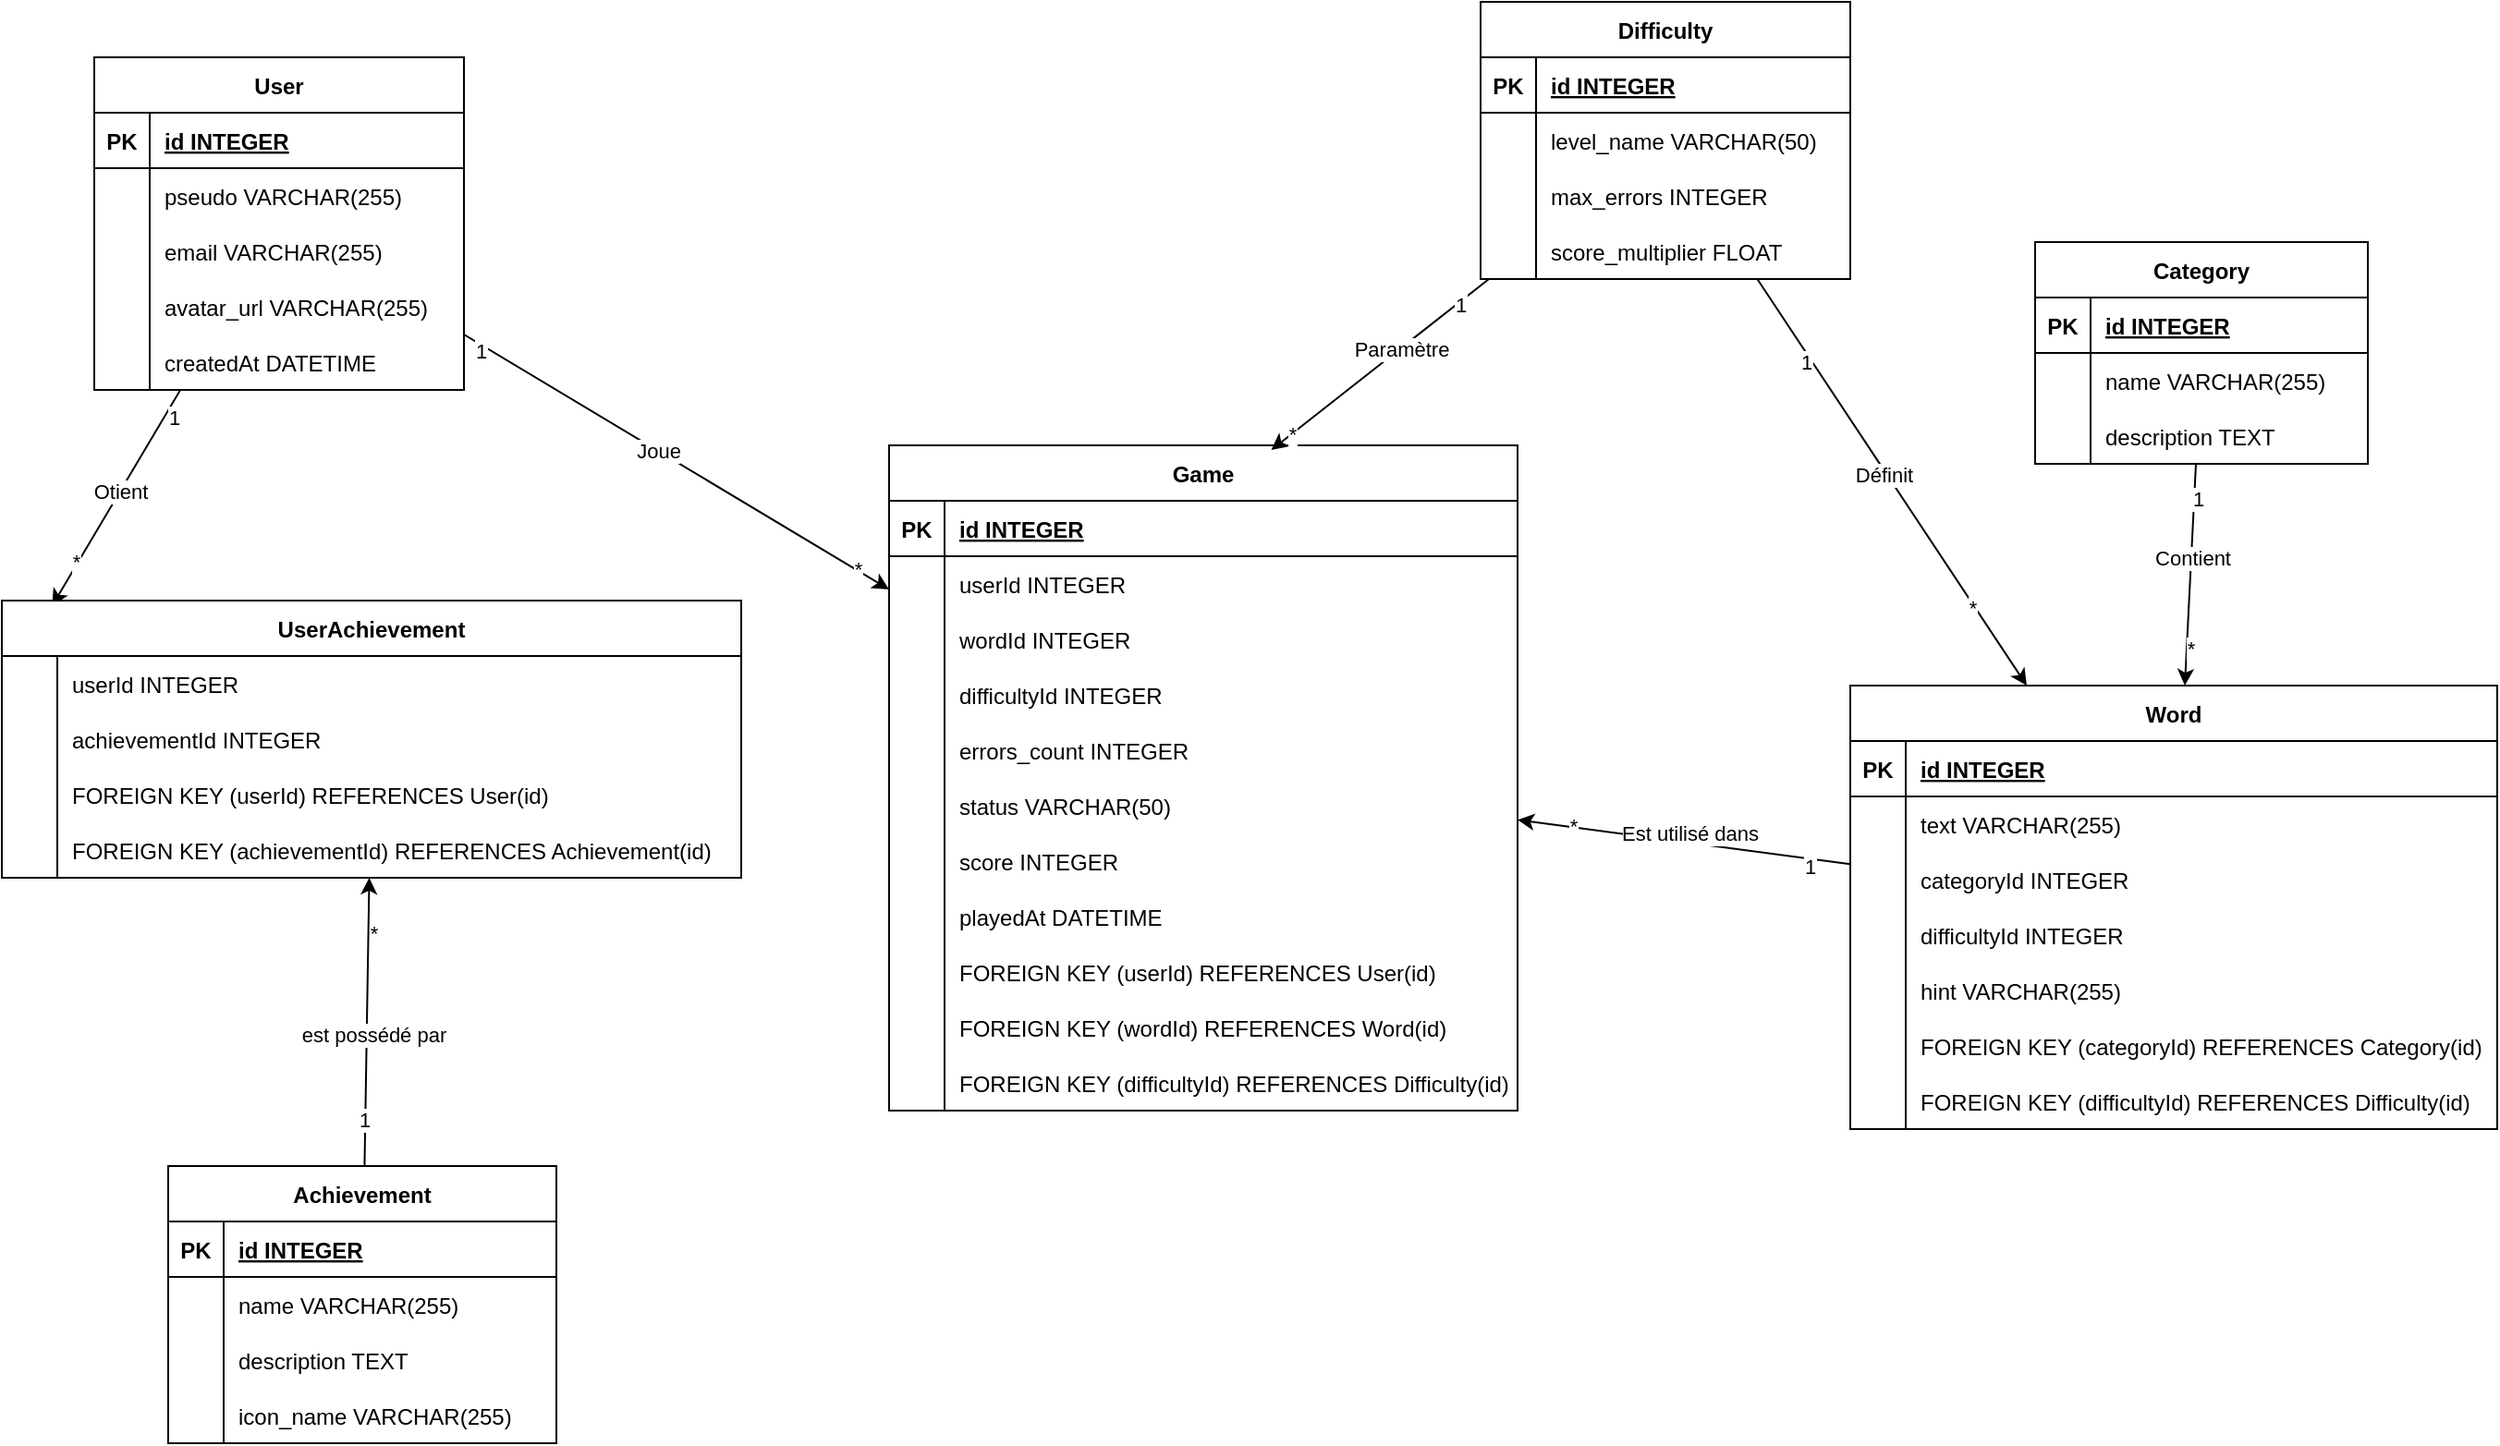
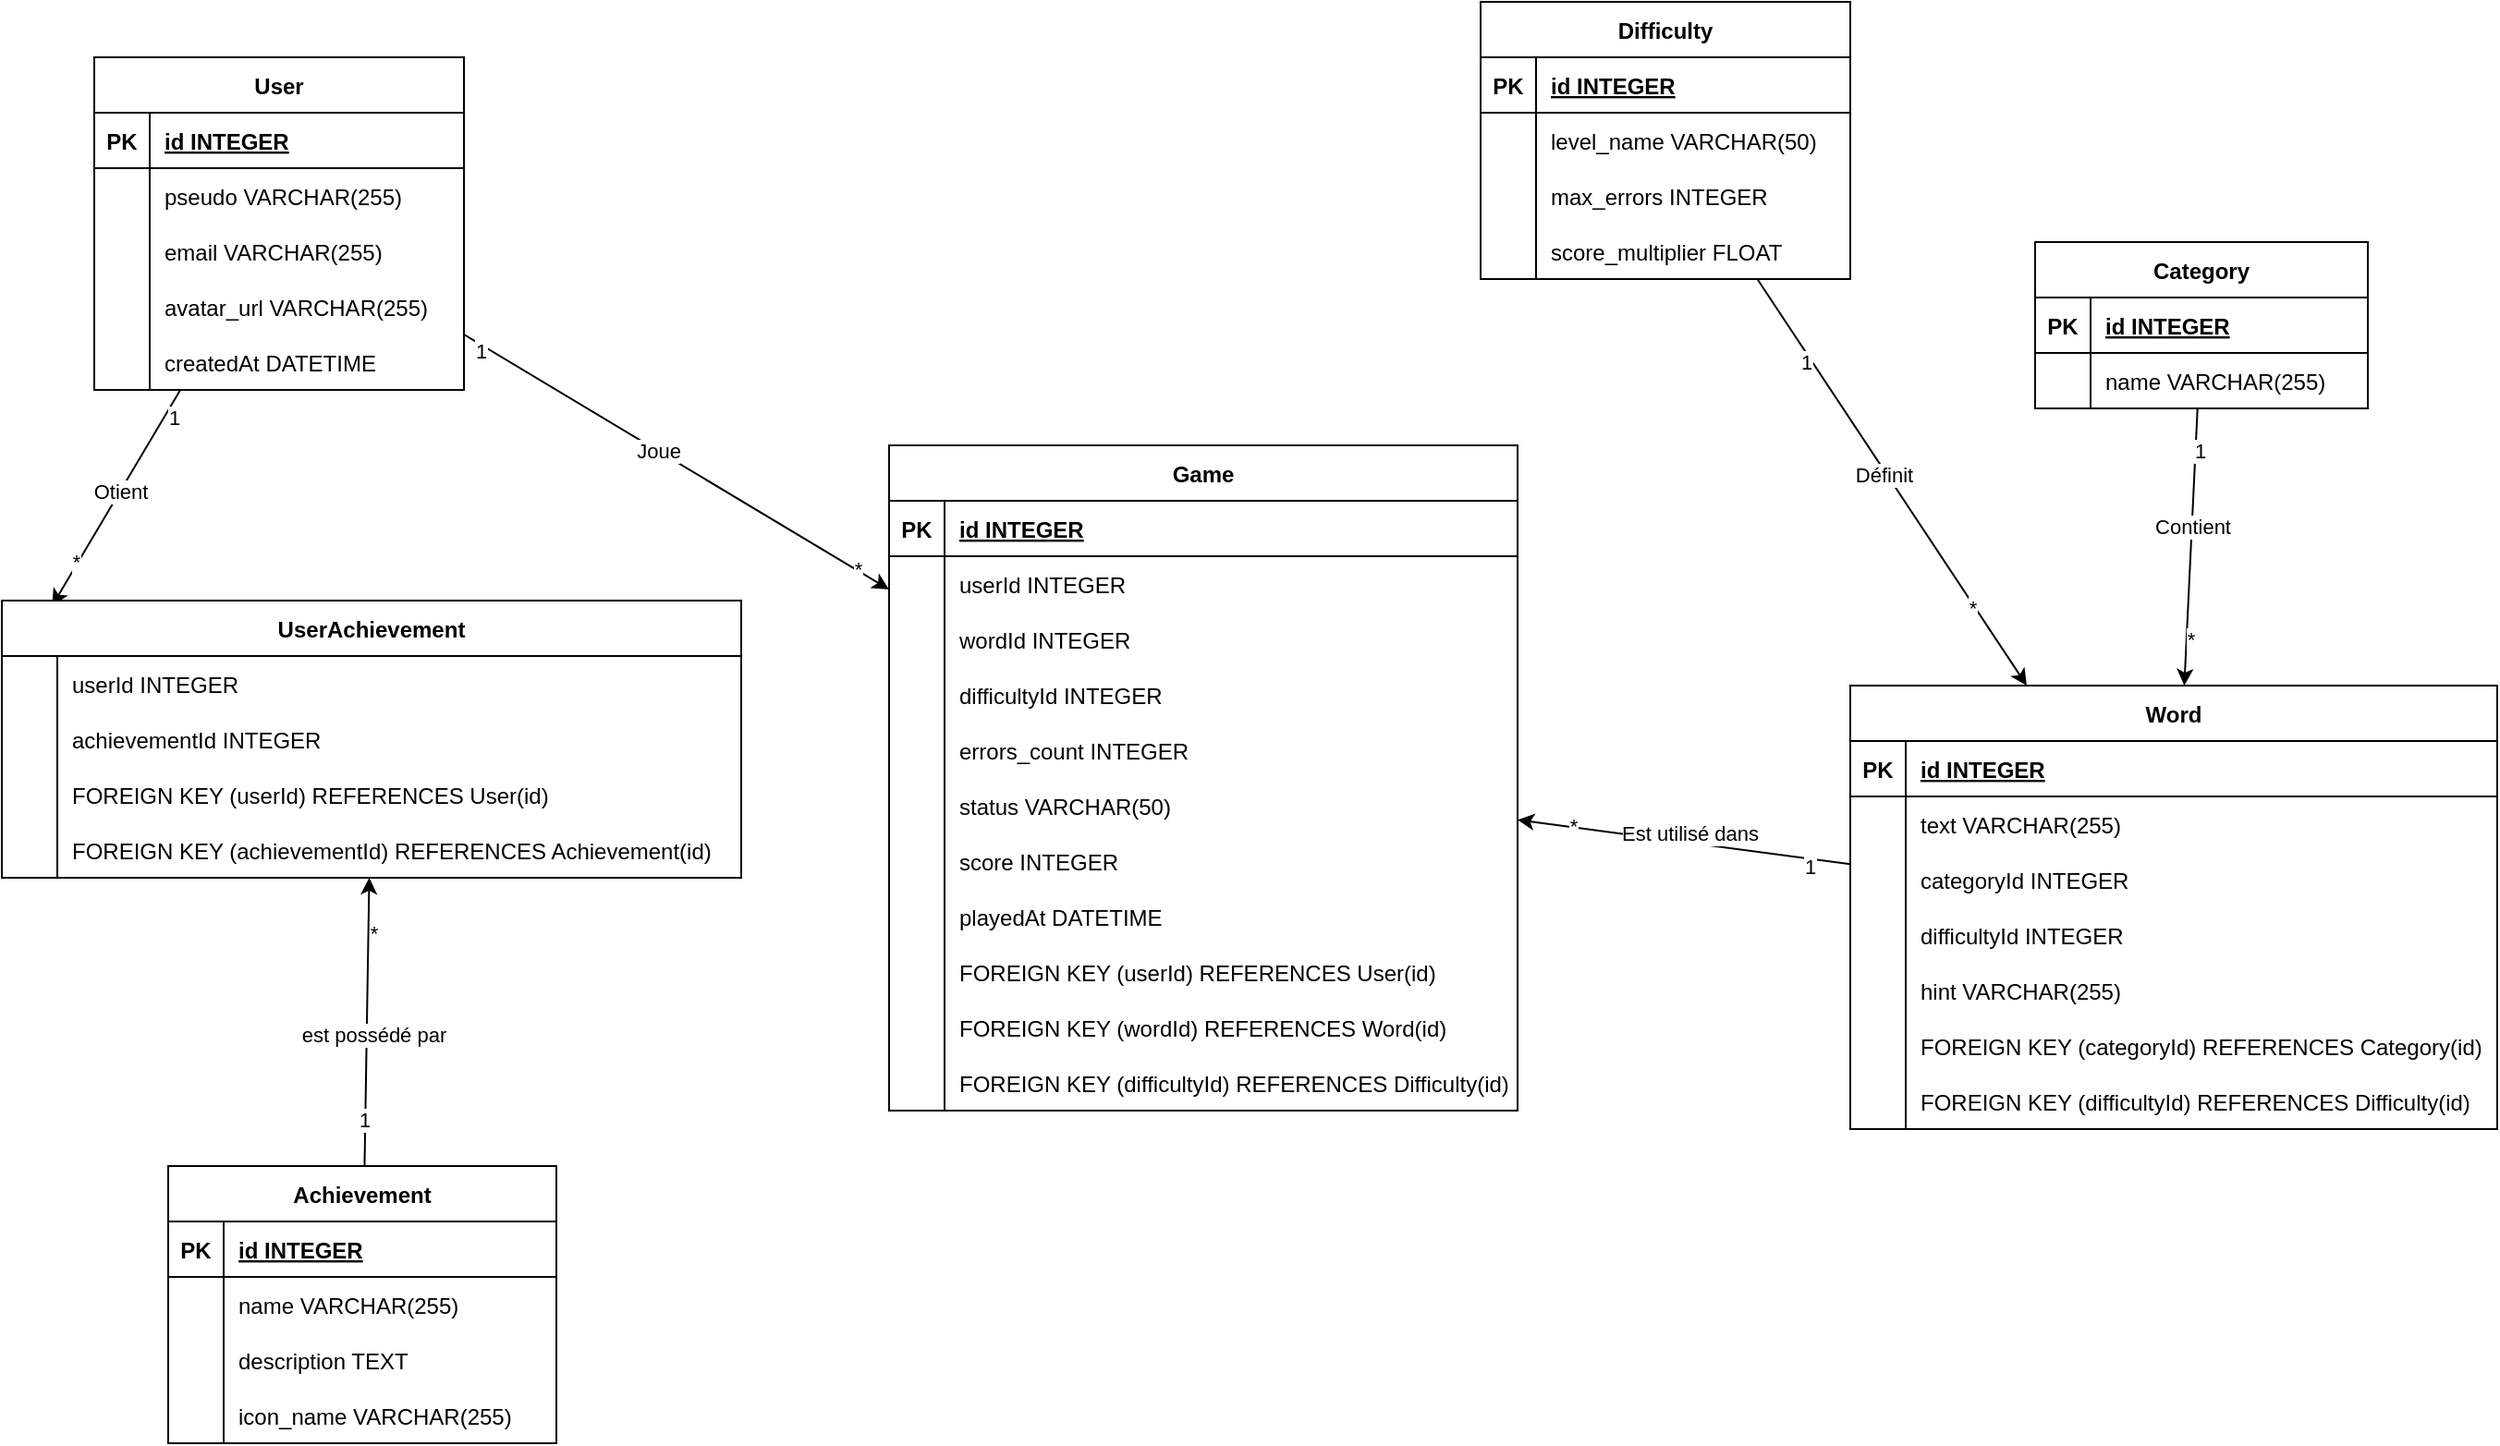
<mxfile host="65bd71144e">
    <diagram id="pQws5uVzAqau2fWDFqPR" name="Page-1">
-         <mxGraphModel dx="2500" dy="451" grid="1" gridSize="10" guides="1" tooltips="1" connect="1" arrows="1" fold="1" page="1" pageScale="1" pageWidth="827" pageHeight="1169" math="0" shadow="0">
+         <mxGraphModel dx="2800" dy="647" grid="1" gridSize="10" guides="1" tooltips="1" connect="1" arrows="1" fold="1" page="1" pageScale="1" pageWidth="827" pageHeight="1169" math="0" shadow="0">
            <root>
                <mxCell id="0"/>
                <mxCell id="1" parent="0"/>
                <mxCell id="133" style="edgeStyle=none;html=1;entryX=0.068;entryY=0.019;entryDx=0;entryDy=0;entryPerimeter=0;" parent="1" source="3" target="111" edge="1">
                    <mxGeometry relative="1" as="geometry"/>
                </mxCell>
                <mxCell id="135" value="Otient" style="edgeLabel;html=1;align=center;verticalAlign=middle;resizable=0;points=[];" parent="133" vertex="1" connectable="0">
                    <mxGeometry x="-0.0629" relative="1" as="geometry">
                        <mxPoint as="offset"/>
                    </mxGeometry>
                </mxCell>
                <mxCell id="161" value="1" style="edgeLabel;html=1;align=center;verticalAlign=middle;resizable=0;points=[];" parent="133" vertex="1" connectable="0">
                    <mxGeometry x="-0.786" y="4" relative="1" as="geometry">
                        <mxPoint as="offset"/>
                    </mxGeometry>
                </mxCell>
                <mxCell id="162" value="*" style="edgeLabel;html=1;align=center;verticalAlign=middle;resizable=0;points=[];" parent="133" vertex="1" connectable="0">
                    <mxGeometry x="0.6045" y="-1" relative="1" as="geometry">
                        <mxPoint as="offset"/>
                    </mxGeometry>
                </mxCell>
                <mxCell id="139" style="edgeStyle=none;html=1;" parent="1" source="3" target="64" edge="1">
                    <mxGeometry relative="1" as="geometry"/>
                </mxCell>
                <mxCell id="140" value="Joue" style="edgeLabel;html=1;align=center;verticalAlign=middle;resizable=0;points=[];" parent="139" vertex="1" connectable="0">
                    <mxGeometry x="-0.0901" relative="1" as="geometry">
                        <mxPoint as="offset"/>
                    </mxGeometry>
                </mxCell>
                <mxCell id="141" value="1" style="edgeLabel;html=1;align=center;verticalAlign=middle;resizable=0;points=[];" parent="139" vertex="1" connectable="0">
                    <mxGeometry x="-0.9076" y="-3" relative="1" as="geometry">
                        <mxPoint as="offset"/>
                    </mxGeometry>
                </mxCell>
                <mxCell id="142" value="&lt;div&gt;*&lt;/div&gt;" style="edgeLabel;html=1;align=center;verticalAlign=middle;resizable=0;points=[];" parent="139" vertex="1" connectable="0">
                    <mxGeometry x="0.8397" relative="1" as="geometry">
                        <mxPoint x="1" as="offset"/>
                    </mxGeometry>
                </mxCell>
                <mxCell id="3" value="User" style="shape=table;startSize=30;container=1;collapsible=1;childLayout=tableLayout;fixedRows=1;rowLines=0;fontStyle=1;align=center;resizeLast=1;" parent="1" vertex="1">
                    <mxGeometry x="-1490" y="130" width="200" height="180" as="geometry"/>
                </mxCell>
                <mxCell id="4" value="" style="shape=tableRow;horizontal=0;startSize=0;swimlaneHead=0;swimlaneBody=0;fillColor=none;collapsible=0;dropTarget=0;points=[[0,0.5],[1,0.5]];portConstraint=eastwest;strokeColor=inherit;top=0;left=0;right=0;bottom=1;" parent="3" vertex="1">
                    <mxGeometry y="30" width="200" height="30" as="geometry"/>
                </mxCell>
                <mxCell id="5" value="PK" style="shape=partialRectangle;overflow=hidden;connectable=0;fillColor=none;strokeColor=inherit;top=0;left=0;bottom=0;right=0;fontStyle=1;" parent="4" vertex="1">
                    <mxGeometry width="30" height="30" as="geometry">
                        <mxRectangle width="30" height="30" as="alternateBounds"/>
                    </mxGeometry>
                </mxCell>
                <mxCell id="6" value="id INTEGER " style="shape=partialRectangle;overflow=hidden;connectable=0;fillColor=none;align=left;strokeColor=inherit;top=0;left=0;bottom=0;right=0;spacingLeft=6;fontStyle=5;" parent="4" vertex="1">
                    <mxGeometry x="30" width="170" height="30" as="geometry">
                        <mxRectangle width="170" height="30" as="alternateBounds"/>
                    </mxGeometry>
                </mxCell>
                <mxCell id="7" value="" style="shape=tableRow;horizontal=0;startSize=0;swimlaneHead=0;swimlaneBody=0;fillColor=none;collapsible=0;dropTarget=0;points=[[0,0.5],[1,0.5]];portConstraint=eastwest;strokeColor=inherit;top=0;left=0;right=0;bottom=0;" parent="3" vertex="1">
                    <mxGeometry y="60" width="200" height="30" as="geometry"/>
                </mxCell>
                <mxCell id="8" value="" style="shape=partialRectangle;overflow=hidden;connectable=0;fillColor=none;strokeColor=inherit;top=0;left=0;bottom=0;right=0;" parent="7" vertex="1">
                    <mxGeometry width="30" height="30" as="geometry">
                        <mxRectangle width="30" height="30" as="alternateBounds"/>
                    </mxGeometry>
                </mxCell>
                <mxCell id="9" value="pseudo VARCHAR(255)" style="shape=partialRectangle;overflow=hidden;connectable=0;fillColor=none;align=left;strokeColor=inherit;top=0;left=0;bottom=0;right=0;spacingLeft=6;" parent="7" vertex="1">
                    <mxGeometry x="30" width="170" height="30" as="geometry">
                        <mxRectangle width="170" height="30" as="alternateBounds"/>
                    </mxGeometry>
                </mxCell>
                <mxCell id="10" value="" style="shape=tableRow;horizontal=0;startSize=0;swimlaneHead=0;swimlaneBody=0;fillColor=none;collapsible=0;dropTarget=0;points=[[0,0.5],[1,0.5]];portConstraint=eastwest;strokeColor=inherit;top=0;left=0;right=0;bottom=0;" parent="3" vertex="1">
                    <mxGeometry y="90" width="200" height="30" as="geometry"/>
                </mxCell>
                <mxCell id="11" value="" style="shape=partialRectangle;overflow=hidden;connectable=0;fillColor=none;strokeColor=inherit;top=0;left=0;bottom=0;right=0;" parent="10" vertex="1">
                    <mxGeometry width="30" height="30" as="geometry">
                        <mxRectangle width="30" height="30" as="alternateBounds"/>
                    </mxGeometry>
                </mxCell>
                <mxCell id="12" value="email VARCHAR(255)" style="shape=partialRectangle;overflow=hidden;connectable=0;fillColor=none;align=left;strokeColor=inherit;top=0;left=0;bottom=0;right=0;spacingLeft=6;" parent="10" vertex="1">
                    <mxGeometry x="30" width="170" height="30" as="geometry">
                        <mxRectangle width="170" height="30" as="alternateBounds"/>
                    </mxGeometry>
                </mxCell>
                <mxCell id="13" value="" style="shape=tableRow;horizontal=0;startSize=0;swimlaneHead=0;swimlaneBody=0;fillColor=none;collapsible=0;dropTarget=0;points=[[0,0.5],[1,0.5]];portConstraint=eastwest;strokeColor=inherit;top=0;left=0;right=0;bottom=0;" parent="3" vertex="1">
                    <mxGeometry y="120" width="200" height="30" as="geometry"/>
                </mxCell>
                <mxCell id="14" value="" style="shape=partialRectangle;overflow=hidden;connectable=0;fillColor=none;strokeColor=inherit;top=0;left=0;bottom=0;right=0;" parent="13" vertex="1">
                    <mxGeometry width="30" height="30" as="geometry">
                        <mxRectangle width="30" height="30" as="alternateBounds"/>
                    </mxGeometry>
                </mxCell>
                <mxCell id="15" value="avatar_url VARCHAR(255)" style="shape=partialRectangle;overflow=hidden;connectable=0;fillColor=none;align=left;strokeColor=inherit;top=0;left=0;bottom=0;right=0;spacingLeft=6;" parent="13" vertex="1">
                    <mxGeometry x="30" width="170" height="30" as="geometry">
                        <mxRectangle width="170" height="30" as="alternateBounds"/>
                    </mxGeometry>
                </mxCell>
                <mxCell id="16" value="" style="shape=tableRow;horizontal=0;startSize=0;swimlaneHead=0;swimlaneBody=0;fillColor=none;collapsible=0;dropTarget=0;points=[[0,0.5],[1,0.5]];portConstraint=eastwest;strokeColor=inherit;top=0;left=0;right=0;bottom=0;" parent="3" vertex="1">
                    <mxGeometry y="150" width="200" height="30" as="geometry"/>
                </mxCell>
                <mxCell id="17" value="" style="shape=partialRectangle;overflow=hidden;connectable=0;fillColor=none;strokeColor=inherit;top=0;left=0;bottom=0;right=0;" parent="16" vertex="1">
                    <mxGeometry width="30" height="30" as="geometry">
                        <mxRectangle width="30" height="30" as="alternateBounds"/>
                    </mxGeometry>
                </mxCell>
                <mxCell id="18" value="createdAt DATETIME" style="shape=partialRectangle;overflow=hidden;connectable=0;fillColor=none;align=left;strokeColor=inherit;top=0;left=0;bottom=0;right=0;spacingLeft=6;" parent="16" vertex="1">
                    <mxGeometry x="30" width="170" height="30" as="geometry">
                        <mxRectangle width="170" height="30" as="alternateBounds"/>
                    </mxGeometry>
                </mxCell>
                <mxCell id="143" style="edgeStyle=none;html=1;" parent="1" source="19" target="42" edge="1">
                    <mxGeometry relative="1" as="geometry"/>
                </mxCell>
                <mxCell id="144" value="Contient" style="edgeLabel;html=1;align=center;verticalAlign=middle;resizable=0;points=[];" parent="143" vertex="1" connectable="0">
                    <mxGeometry x="-0.1702" relative="1" as="geometry">
                        <mxPoint y="1" as="offset"/>
                    </mxGeometry>
                </mxCell>
                <mxCell id="145" value="1" style="edgeLabel;html=1;align=center;verticalAlign=middle;resizable=0;points=[];" parent="143" vertex="1" connectable="0">
                    <mxGeometry x="-0.691" y="2" relative="1" as="geometry">
                        <mxPoint as="offset"/>
                    </mxGeometry>
                </mxCell>
                <mxCell id="146" value="*" style="edgeLabel;html=1;align=center;verticalAlign=middle;resizable=0;points=[];" parent="143" vertex="1" connectable="0">
                    <mxGeometry x="0.6505" y="2" relative="1" as="geometry">
                        <mxPoint y="1" as="offset"/>
                    </mxGeometry>
                </mxCell>
                <mxCell id="19" value="Category" style="shape=table;startSize=30;container=1;collapsible=1;childLayout=tableLayout;fixedRows=1;rowLines=0;fontStyle=1;align=center;resizeLast=1;" parent="1" vertex="1">
-                     <mxGeometry x="-440" y="230" width="180" height="120" as="geometry"/>
+                     <mxGeometry x="-440" y="230" width="180" height="90" as="geometry"/>
                </mxCell>
                <mxCell id="20" value="" style="shape=tableRow;horizontal=0;startSize=0;swimlaneHead=0;swimlaneBody=0;fillColor=none;collapsible=0;dropTarget=0;points=[[0,0.5],[1,0.5]];portConstraint=eastwest;strokeColor=inherit;top=0;left=0;right=0;bottom=1;" parent="19" vertex="1">
                    <mxGeometry y="30" width="180" height="30" as="geometry"/>
                </mxCell>
                <mxCell id="21" value="PK" style="shape=partialRectangle;overflow=hidden;connectable=0;fillColor=none;strokeColor=inherit;top=0;left=0;bottom=0;right=0;fontStyle=1;" parent="20" vertex="1">
                    <mxGeometry width="30" height="30" as="geometry">
                        <mxRectangle width="30" height="30" as="alternateBounds"/>
                    </mxGeometry>
                </mxCell>
                <mxCell id="22" value="id INTEGER " style="shape=partialRectangle;overflow=hidden;connectable=0;fillColor=none;align=left;strokeColor=inherit;top=0;left=0;bottom=0;right=0;spacingLeft=6;fontStyle=5;" parent="20" vertex="1">
                    <mxGeometry x="30" width="150" height="30" as="geometry">
                        <mxRectangle width="150" height="30" as="alternateBounds"/>
                    </mxGeometry>
                </mxCell>
                <mxCell id="23" value="" style="shape=tableRow;horizontal=0;startSize=0;swimlaneHead=0;swimlaneBody=0;fillColor=none;collapsible=0;dropTarget=0;points=[[0,0.5],[1,0.5]];portConstraint=eastwest;strokeColor=inherit;top=0;left=0;right=0;bottom=0;" parent="19" vertex="1">
                    <mxGeometry y="60" width="180" height="30" as="geometry"/>
                </mxCell>
                <mxCell id="24" value="" style="shape=partialRectangle;overflow=hidden;connectable=0;fillColor=none;strokeColor=inherit;top=0;left=0;bottom=0;right=0;" parent="23" vertex="1">
                    <mxGeometry width="30" height="30" as="geometry">
                        <mxRectangle width="30" height="30" as="alternateBounds"/>
                    </mxGeometry>
                </mxCell>
                <mxCell id="25" value="name VARCHAR(255)" style="shape=partialRectangle;overflow=hidden;connectable=0;fillColor=none;align=left;strokeColor=inherit;top=0;left=0;bottom=0;right=0;spacingLeft=6;" parent="23" vertex="1">
                    <mxGeometry x="30" width="150" height="30" as="geometry">
                        <mxRectangle width="150" height="30" as="alternateBounds"/>
                    </mxGeometry>
                </mxCell>
-                 <mxCell id="26" value="" style="shape=tableRow;horizontal=0;startSize=0;swimlaneHead=0;swimlaneBody=0;fillColor=none;collapsible=0;dropTarget=0;points=[[0,0.5],[1,0.5]];portConstraint=eastwest;strokeColor=inherit;top=0;left=0;right=0;bottom=0;" parent="19" vertex="1">
-                     <mxGeometry y="90" width="180" height="30" as="geometry"/>
-                 </mxCell>
-                 <mxCell id="27" value="" style="shape=partialRectangle;overflow=hidden;connectable=0;fillColor=none;strokeColor=inherit;top=0;left=0;bottom=0;right=0;" parent="26" vertex="1">
-                     <mxGeometry width="30" height="30" as="geometry">
-                         <mxRectangle width="30" height="30" as="alternateBounds"/>
-                     </mxGeometry>
-                 </mxCell>
-                 <mxCell id="28" value="description TEXT" style="shape=partialRectangle;overflow=hidden;connectable=0;fillColor=none;align=left;strokeColor=inherit;top=0;left=0;bottom=0;right=0;spacingLeft=6;" parent="26" vertex="1">
-                     <mxGeometry x="30" width="150" height="30" as="geometry">
-                         <mxRectangle width="150" height="30" as="alternateBounds"/>
-                     </mxGeometry>
-                 </mxCell>
                <mxCell id="147" style="edgeStyle=none;html=1;" parent="1" source="29" target="42" edge="1">
                    <mxGeometry relative="1" as="geometry"/>
                </mxCell>
                <mxCell id="148" value="Définit" style="edgeLabel;html=1;align=center;verticalAlign=middle;resizable=0;points=[];" parent="147" vertex="1" connectable="0">
                    <mxGeometry x="-0.0453" y="-2" relative="1" as="geometry">
                        <mxPoint as="offset"/>
                    </mxGeometry>
                </mxCell>
                <mxCell id="151" value="1" style="edgeLabel;html=1;align=center;verticalAlign=middle;resizable=0;points=[];" parent="147" vertex="1" connectable="0">
                    <mxGeometry x="-0.6078" y="-3" relative="1" as="geometry">
                        <mxPoint as="offset"/>
                    </mxGeometry>
                </mxCell>
                <mxCell id="152" value="*" style="edgeLabel;html=1;align=center;verticalAlign=middle;resizable=0;points=[];" parent="147" vertex="1" connectable="0">
                    <mxGeometry x="0.6115" y="-2" relative="1" as="geometry">
                        <mxPoint as="offset"/>
                    </mxGeometry>
                </mxCell>
                <mxCell id="29" value="Difficulty" style="shape=table;startSize=30;container=1;collapsible=1;childLayout=tableLayout;fixedRows=1;rowLines=0;fontStyle=1;align=center;resizeLast=1;" parent="1" vertex="1">
                    <mxGeometry x="-740" y="100" width="200" height="150" as="geometry"/>
                </mxCell>
                <mxCell id="30" value="" style="shape=tableRow;horizontal=0;startSize=0;swimlaneHead=0;swimlaneBody=0;fillColor=none;collapsible=0;dropTarget=0;points=[[0,0.5],[1,0.5]];portConstraint=eastwest;strokeColor=inherit;top=0;left=0;right=0;bottom=1;" parent="29" vertex="1">
                    <mxGeometry y="30" width="200" height="30" as="geometry"/>
                </mxCell>
                <mxCell id="31" value="PK" style="shape=partialRectangle;overflow=hidden;connectable=0;fillColor=none;strokeColor=inherit;top=0;left=0;bottom=0;right=0;fontStyle=1;" parent="30" vertex="1">
                    <mxGeometry width="30" height="30" as="geometry">
                        <mxRectangle width="30" height="30" as="alternateBounds"/>
                    </mxGeometry>
                </mxCell>
                <mxCell id="32" value="id INTEGER " style="shape=partialRectangle;overflow=hidden;connectable=0;fillColor=none;align=left;strokeColor=inherit;top=0;left=0;bottom=0;right=0;spacingLeft=6;fontStyle=5;" parent="30" vertex="1">
                    <mxGeometry x="30" width="170" height="30" as="geometry">
                        <mxRectangle width="170" height="30" as="alternateBounds"/>
                    </mxGeometry>
                </mxCell>
                <mxCell id="33" value="" style="shape=tableRow;horizontal=0;startSize=0;swimlaneHead=0;swimlaneBody=0;fillColor=none;collapsible=0;dropTarget=0;points=[[0,0.5],[1,0.5]];portConstraint=eastwest;strokeColor=inherit;top=0;left=0;right=0;bottom=0;" parent="29" vertex="1">
                    <mxGeometry y="60" width="200" height="30" as="geometry"/>
                </mxCell>
                <mxCell id="34" value="" style="shape=partialRectangle;overflow=hidden;connectable=0;fillColor=none;strokeColor=inherit;top=0;left=0;bottom=0;right=0;" parent="33" vertex="1">
                    <mxGeometry width="30" height="30" as="geometry">
                        <mxRectangle width="30" height="30" as="alternateBounds"/>
                    </mxGeometry>
                </mxCell>
                <mxCell id="35" value="level_name VARCHAR(50)" style="shape=partialRectangle;overflow=hidden;connectable=0;fillColor=none;align=left;strokeColor=inherit;top=0;left=0;bottom=0;right=0;spacingLeft=6;" parent="33" vertex="1">
                    <mxGeometry x="30" width="170" height="30" as="geometry">
                        <mxRectangle width="170" height="30" as="alternateBounds"/>
                    </mxGeometry>
                </mxCell>
                <mxCell id="36" value="" style="shape=tableRow;horizontal=0;startSize=0;swimlaneHead=0;swimlaneBody=0;fillColor=none;collapsible=0;dropTarget=0;points=[[0,0.5],[1,0.5]];portConstraint=eastwest;strokeColor=inherit;top=0;left=0;right=0;bottom=0;" parent="29" vertex="1">
                    <mxGeometry y="90" width="200" height="30" as="geometry"/>
                </mxCell>
                <mxCell id="37" value="" style="shape=partialRectangle;overflow=hidden;connectable=0;fillColor=none;strokeColor=inherit;top=0;left=0;bottom=0;right=0;" parent="36" vertex="1">
                    <mxGeometry width="30" height="30" as="geometry">
                        <mxRectangle width="30" height="30" as="alternateBounds"/>
                    </mxGeometry>
                </mxCell>
                <mxCell id="38" value="max_errors INTEGER" style="shape=partialRectangle;overflow=hidden;connectable=0;fillColor=none;align=left;strokeColor=inherit;top=0;left=0;bottom=0;right=0;spacingLeft=6;" parent="36" vertex="1">
                    <mxGeometry x="30" width="170" height="30" as="geometry">
                        <mxRectangle width="170" height="30" as="alternateBounds"/>
                    </mxGeometry>
                </mxCell>
                <mxCell id="39" value="" style="shape=tableRow;horizontal=0;startSize=0;swimlaneHead=0;swimlaneBody=0;fillColor=none;collapsible=0;dropTarget=0;points=[[0,0.5],[1,0.5]];portConstraint=eastwest;strokeColor=inherit;top=0;left=0;right=0;bottom=0;" parent="29" vertex="1">
                    <mxGeometry y="120" width="200" height="30" as="geometry"/>
                </mxCell>
                <mxCell id="40" value="" style="shape=partialRectangle;overflow=hidden;connectable=0;fillColor=none;strokeColor=inherit;top=0;left=0;bottom=0;right=0;" parent="39" vertex="1">
                    <mxGeometry width="30" height="30" as="geometry">
                        <mxRectangle width="30" height="30" as="alternateBounds"/>
                    </mxGeometry>
                </mxCell>
                <mxCell id="41" value="score_multiplier FLOAT" style="shape=partialRectangle;overflow=hidden;connectable=0;fillColor=none;align=left;strokeColor=inherit;top=0;left=0;bottom=0;right=0;spacingLeft=6;" parent="39" vertex="1">
                    <mxGeometry x="30" width="170" height="30" as="geometry">
                        <mxRectangle width="170" height="30" as="alternateBounds"/>
                    </mxGeometry>
                </mxCell>
                <mxCell id="155" style="edgeStyle=none;html=1;" parent="1" source="42" target="64" edge="1">
                    <mxGeometry relative="1" as="geometry"/>
                </mxCell>
                <mxCell id="156" value="Est utilisé dans" style="edgeLabel;html=1;align=center;verticalAlign=middle;resizable=0;points=[];" parent="155" vertex="1" connectable="0">
                    <mxGeometry x="-0.0102" y="-5" relative="1" as="geometry">
                        <mxPoint x="1" as="offset"/>
                    </mxGeometry>
                </mxCell>
                <mxCell id="157" value="1" style="edgeLabel;html=1;align=center;verticalAlign=middle;resizable=0;points=[];" parent="155" vertex="1" connectable="0">
                    <mxGeometry x="-0.7602" y="4" relative="1" as="geometry">
                        <mxPoint as="offset"/>
                    </mxGeometry>
                </mxCell>
                <mxCell id="158" value="*" style="edgeLabel;html=1;align=center;verticalAlign=middle;resizable=0;points=[];" parent="155" vertex="1" connectable="0">
                    <mxGeometry x="0.6716" y="-1" relative="1" as="geometry">
                        <mxPoint as="offset"/>
                    </mxGeometry>
                </mxCell>
                <mxCell id="42" value="Word" style="shape=table;startSize=30;container=1;collapsible=1;childLayout=tableLayout;fixedRows=1;rowLines=0;fontStyle=1;align=center;resizeLast=1;" parent="1" vertex="1">
                    <mxGeometry x="-540" y="470" width="350" height="240" as="geometry"/>
                </mxCell>
                <mxCell id="43" value="" style="shape=tableRow;horizontal=0;startSize=0;swimlaneHead=0;swimlaneBody=0;fillColor=none;collapsible=0;dropTarget=0;points=[[0,0.5],[1,0.5]];portConstraint=eastwest;strokeColor=inherit;top=0;left=0;right=0;bottom=1;" parent="42" vertex="1">
                    <mxGeometry y="30" width="350" height="30" as="geometry"/>
                </mxCell>
                <mxCell id="44" value="PK" style="shape=partialRectangle;overflow=hidden;connectable=0;fillColor=none;strokeColor=inherit;top=0;left=0;bottom=0;right=0;fontStyle=1;" parent="43" vertex="1">
                    <mxGeometry width="30" height="30" as="geometry">
                        <mxRectangle width="30" height="30" as="alternateBounds"/>
                    </mxGeometry>
                </mxCell>
                <mxCell id="45" value="id INTEGER " style="shape=partialRectangle;overflow=hidden;connectable=0;fillColor=none;align=left;strokeColor=inherit;top=0;left=0;bottom=0;right=0;spacingLeft=6;fontStyle=5;" parent="43" vertex="1">
                    <mxGeometry x="30" width="320" height="30" as="geometry">
                        <mxRectangle width="320" height="30" as="alternateBounds"/>
                    </mxGeometry>
                </mxCell>
                <mxCell id="46" value="" style="shape=tableRow;horizontal=0;startSize=0;swimlaneHead=0;swimlaneBody=0;fillColor=none;collapsible=0;dropTarget=0;points=[[0,0.5],[1,0.5]];portConstraint=eastwest;strokeColor=inherit;top=0;left=0;right=0;bottom=0;" parent="42" vertex="1">
                    <mxGeometry y="60" width="350" height="30" as="geometry"/>
                </mxCell>
                <mxCell id="47" value="" style="shape=partialRectangle;overflow=hidden;connectable=0;fillColor=none;strokeColor=inherit;top=0;left=0;bottom=0;right=0;" parent="46" vertex="1">
                    <mxGeometry width="30" height="30" as="geometry">
                        <mxRectangle width="30" height="30" as="alternateBounds"/>
                    </mxGeometry>
                </mxCell>
                <mxCell id="48" value="text VARCHAR(255)" style="shape=partialRectangle;overflow=hidden;connectable=0;fillColor=none;align=left;strokeColor=inherit;top=0;left=0;bottom=0;right=0;spacingLeft=6;" parent="46" vertex="1">
                    <mxGeometry x="30" width="320" height="30" as="geometry">
                        <mxRectangle width="320" height="30" as="alternateBounds"/>
                    </mxGeometry>
                </mxCell>
                <mxCell id="49" value="" style="shape=tableRow;horizontal=0;startSize=0;swimlaneHead=0;swimlaneBody=0;fillColor=none;collapsible=0;dropTarget=0;points=[[0,0.5],[1,0.5]];portConstraint=eastwest;strokeColor=inherit;top=0;left=0;right=0;bottom=0;" parent="42" vertex="1">
                    <mxGeometry y="90" width="350" height="30" as="geometry"/>
                </mxCell>
                <mxCell id="50" value="" style="shape=partialRectangle;overflow=hidden;connectable=0;fillColor=none;strokeColor=inherit;top=0;left=0;bottom=0;right=0;" parent="49" vertex="1">
                    <mxGeometry width="30" height="30" as="geometry">
                        <mxRectangle width="30" height="30" as="alternateBounds"/>
                    </mxGeometry>
                </mxCell>
                <mxCell id="51" value="categoryId INTEGER" style="shape=partialRectangle;overflow=hidden;connectable=0;fillColor=none;align=left;strokeColor=inherit;top=0;left=0;bottom=0;right=0;spacingLeft=6;" parent="49" vertex="1">
                    <mxGeometry x="30" width="320" height="30" as="geometry">
                        <mxRectangle width="320" height="30" as="alternateBounds"/>
                    </mxGeometry>
                </mxCell>
                <mxCell id="52" value="" style="shape=tableRow;horizontal=0;startSize=0;swimlaneHead=0;swimlaneBody=0;fillColor=none;collapsible=0;dropTarget=0;points=[[0,0.5],[1,0.5]];portConstraint=eastwest;strokeColor=inherit;top=0;left=0;right=0;bottom=0;" parent="42" vertex="1">
                    <mxGeometry y="120" width="350" height="30" as="geometry"/>
                </mxCell>
                <mxCell id="53" value="" style="shape=partialRectangle;overflow=hidden;connectable=0;fillColor=none;strokeColor=inherit;top=0;left=0;bottom=0;right=0;" parent="52" vertex="1">
                    <mxGeometry width="30" height="30" as="geometry">
                        <mxRectangle width="30" height="30" as="alternateBounds"/>
                    </mxGeometry>
                </mxCell>
                <mxCell id="54" value="difficultyId INTEGER" style="shape=partialRectangle;overflow=hidden;connectable=0;fillColor=none;align=left;strokeColor=inherit;top=0;left=0;bottom=0;right=0;spacingLeft=6;" parent="52" vertex="1">
                    <mxGeometry x="30" width="320" height="30" as="geometry">
                        <mxRectangle width="320" height="30" as="alternateBounds"/>
                    </mxGeometry>
                </mxCell>
                <mxCell id="55" value="" style="shape=tableRow;horizontal=0;startSize=0;swimlaneHead=0;swimlaneBody=0;fillColor=none;collapsible=0;dropTarget=0;points=[[0,0.5],[1,0.5]];portConstraint=eastwest;strokeColor=inherit;top=0;left=0;right=0;bottom=0;" parent="42" vertex="1">
                    <mxGeometry y="150" width="350" height="30" as="geometry"/>
                </mxCell>
                <mxCell id="56" value="" style="shape=partialRectangle;overflow=hidden;connectable=0;fillColor=none;strokeColor=inherit;top=0;left=0;bottom=0;right=0;" parent="55" vertex="1">
                    <mxGeometry width="30" height="30" as="geometry">
                        <mxRectangle width="30" height="30" as="alternateBounds"/>
                    </mxGeometry>
                </mxCell>
                <mxCell id="57" value="hint VARCHAR(255)" style="shape=partialRectangle;overflow=hidden;connectable=0;fillColor=none;align=left;strokeColor=inherit;top=0;left=0;bottom=0;right=0;spacingLeft=6;" parent="55" vertex="1">
                    <mxGeometry x="30" width="320" height="30" as="geometry">
                        <mxRectangle width="320" height="30" as="alternateBounds"/>
                    </mxGeometry>
                </mxCell>
                <mxCell id="58" value="" style="shape=tableRow;horizontal=0;startSize=0;swimlaneHead=0;swimlaneBody=0;fillColor=none;collapsible=0;dropTarget=0;points=[[0,0.5],[1,0.5]];portConstraint=eastwest;strokeColor=inherit;top=0;left=0;right=0;bottom=0;" parent="42" vertex="1">
                    <mxGeometry y="180" width="350" height="30" as="geometry"/>
                </mxCell>
                <mxCell id="59" value="" style="shape=partialRectangle;overflow=hidden;connectable=0;fillColor=none;strokeColor=inherit;top=0;left=0;bottom=0;right=0;" parent="58" vertex="1">
                    <mxGeometry width="30" height="30" as="geometry">
                        <mxRectangle width="30" height="30" as="alternateBounds"/>
                    </mxGeometry>
                </mxCell>
                <mxCell id="60" value="FOREIGN KEY (categoryId) REFERENCES Category(id)" style="shape=partialRectangle;overflow=hidden;connectable=0;fillColor=none;align=left;strokeColor=inherit;top=0;left=0;bottom=0;right=0;spacingLeft=6;" parent="58" vertex="1">
                    <mxGeometry x="30" width="320" height="30" as="geometry">
                        <mxRectangle width="320" height="30" as="alternateBounds"/>
                    </mxGeometry>
                </mxCell>
                <mxCell id="61" value="" style="shape=tableRow;horizontal=0;startSize=0;swimlaneHead=0;swimlaneBody=0;fillColor=none;collapsible=0;dropTarget=0;points=[[0,0.5],[1,0.5]];portConstraint=eastwest;strokeColor=inherit;top=0;left=0;right=0;bottom=0;" parent="42" vertex="1">
                    <mxGeometry y="210" width="350" height="30" as="geometry"/>
                </mxCell>
                <mxCell id="62" value="" style="shape=partialRectangle;overflow=hidden;connectable=0;fillColor=none;strokeColor=inherit;top=0;left=0;bottom=0;right=0;" parent="61" vertex="1">
                    <mxGeometry width="30" height="30" as="geometry">
                        <mxRectangle width="30" height="30" as="alternateBounds"/>
                    </mxGeometry>
                </mxCell>
                <mxCell id="63" value="FOREIGN KEY (difficultyId) REFERENCES Difficulty(id)" style="shape=partialRectangle;overflow=hidden;connectable=0;fillColor=none;align=left;strokeColor=inherit;top=0;left=0;bottom=0;right=0;spacingLeft=6;" parent="61" vertex="1">
                    <mxGeometry x="30" width="320" height="30" as="geometry">
                        <mxRectangle width="320" height="30" as="alternateBounds"/>
                    </mxGeometry>
                </mxCell>
                <mxCell id="64" value="Game" style="shape=table;startSize=30;container=1;collapsible=1;childLayout=tableLayout;fixedRows=1;rowLines=0;fontStyle=1;align=center;resizeLast=1;" parent="1" vertex="1">
                    <mxGeometry x="-1060" y="340" width="340" height="360" as="geometry"/>
                </mxCell>
                <mxCell id="65" value="" style="shape=tableRow;horizontal=0;startSize=0;swimlaneHead=0;swimlaneBody=0;fillColor=none;collapsible=0;dropTarget=0;points=[[0,0.5],[1,0.5]];portConstraint=eastwest;strokeColor=inherit;top=0;left=0;right=0;bottom=1;" parent="64" vertex="1">
                    <mxGeometry y="30" width="340" height="30" as="geometry"/>
                </mxCell>
                <mxCell id="66" value="PK" style="shape=partialRectangle;overflow=hidden;connectable=0;fillColor=none;strokeColor=inherit;top=0;left=0;bottom=0;right=0;fontStyle=1;" parent="65" vertex="1">
                    <mxGeometry width="30" height="30" as="geometry">
                        <mxRectangle width="30" height="30" as="alternateBounds"/>
                    </mxGeometry>
                </mxCell>
                <mxCell id="67" value="id INTEGER " style="shape=partialRectangle;overflow=hidden;connectable=0;fillColor=none;align=left;strokeColor=inherit;top=0;left=0;bottom=0;right=0;spacingLeft=6;fontStyle=5;" parent="65" vertex="1">
                    <mxGeometry x="30" width="310" height="30" as="geometry">
                        <mxRectangle width="310" height="30" as="alternateBounds"/>
                    </mxGeometry>
                </mxCell>
                <mxCell id="68" value="" style="shape=tableRow;horizontal=0;startSize=0;swimlaneHead=0;swimlaneBody=0;fillColor=none;collapsible=0;dropTarget=0;points=[[0,0.5],[1,0.5]];portConstraint=eastwest;strokeColor=inherit;top=0;left=0;right=0;bottom=0;" parent="64" vertex="1">
                    <mxGeometry y="60" width="340" height="30" as="geometry"/>
                </mxCell>
                <mxCell id="69" value="" style="shape=partialRectangle;overflow=hidden;connectable=0;fillColor=none;strokeColor=inherit;top=0;left=0;bottom=0;right=0;" parent="68" vertex="1">
                    <mxGeometry width="30" height="30" as="geometry">
                        <mxRectangle width="30" height="30" as="alternateBounds"/>
                    </mxGeometry>
                </mxCell>
                <mxCell id="70" value="userId INTEGER" style="shape=partialRectangle;overflow=hidden;connectable=0;fillColor=none;align=left;strokeColor=inherit;top=0;left=0;bottom=0;right=0;spacingLeft=6;" parent="68" vertex="1">
                    <mxGeometry x="30" width="310" height="30" as="geometry">
                        <mxRectangle width="310" height="30" as="alternateBounds"/>
                    </mxGeometry>
                </mxCell>
                <mxCell id="71" value="" style="shape=tableRow;horizontal=0;startSize=0;swimlaneHead=0;swimlaneBody=0;fillColor=none;collapsible=0;dropTarget=0;points=[[0,0.5],[1,0.5]];portConstraint=eastwest;strokeColor=inherit;top=0;left=0;right=0;bottom=0;" parent="64" vertex="1">
                    <mxGeometry y="90" width="340" height="30" as="geometry"/>
                </mxCell>
                <mxCell id="72" value="" style="shape=partialRectangle;overflow=hidden;connectable=0;fillColor=none;strokeColor=inherit;top=0;left=0;bottom=0;right=0;" parent="71" vertex="1">
                    <mxGeometry width="30" height="30" as="geometry">
                        <mxRectangle width="30" height="30" as="alternateBounds"/>
                    </mxGeometry>
                </mxCell>
                <mxCell id="73" value="wordId INTEGER" style="shape=partialRectangle;overflow=hidden;connectable=0;fillColor=none;align=left;strokeColor=inherit;top=0;left=0;bottom=0;right=0;spacingLeft=6;" parent="71" vertex="1">
                    <mxGeometry x="30" width="310" height="30" as="geometry">
                        <mxRectangle width="310" height="30" as="alternateBounds"/>
                    </mxGeometry>
                </mxCell>
                <mxCell id="74" value="" style="shape=tableRow;horizontal=0;startSize=0;swimlaneHead=0;swimlaneBody=0;fillColor=none;collapsible=0;dropTarget=0;points=[[0,0.5],[1,0.5]];portConstraint=eastwest;strokeColor=inherit;top=0;left=0;right=0;bottom=0;" parent="64" vertex="1">
                    <mxGeometry y="120" width="340" height="30" as="geometry"/>
                </mxCell>
                <mxCell id="75" value="" style="shape=partialRectangle;overflow=hidden;connectable=0;fillColor=none;strokeColor=inherit;top=0;left=0;bottom=0;right=0;" parent="74" vertex="1">
                    <mxGeometry width="30" height="30" as="geometry">
                        <mxRectangle width="30" height="30" as="alternateBounds"/>
                    </mxGeometry>
                </mxCell>
                <mxCell id="76" value="difficultyId INTEGER" style="shape=partialRectangle;overflow=hidden;connectable=0;fillColor=none;align=left;strokeColor=inherit;top=0;left=0;bottom=0;right=0;spacingLeft=6;" parent="74" vertex="1">
                    <mxGeometry x="30" width="310" height="30" as="geometry">
                        <mxRectangle width="310" height="30" as="alternateBounds"/>
                    </mxGeometry>
                </mxCell>
                <mxCell id="77" value="" style="shape=tableRow;horizontal=0;startSize=0;swimlaneHead=0;swimlaneBody=0;fillColor=none;collapsible=0;dropTarget=0;points=[[0,0.5],[1,0.5]];portConstraint=eastwest;strokeColor=inherit;top=0;left=0;right=0;bottom=0;" parent="64" vertex="1">
                    <mxGeometry y="150" width="340" height="30" as="geometry"/>
                </mxCell>
                <mxCell id="78" value="" style="shape=partialRectangle;overflow=hidden;connectable=0;fillColor=none;strokeColor=inherit;top=0;left=0;bottom=0;right=0;" parent="77" vertex="1">
                    <mxGeometry width="30" height="30" as="geometry">
                        <mxRectangle width="30" height="30" as="alternateBounds"/>
                    </mxGeometry>
                </mxCell>
                <mxCell id="79" value="errors_count INTEGER" style="shape=partialRectangle;overflow=hidden;connectable=0;fillColor=none;align=left;strokeColor=inherit;top=0;left=0;bottom=0;right=0;spacingLeft=6;" parent="77" vertex="1">
                    <mxGeometry x="30" width="310" height="30" as="geometry">
                        <mxRectangle width="310" height="30" as="alternateBounds"/>
                    </mxGeometry>
                </mxCell>
                <mxCell id="80" value="" style="shape=tableRow;horizontal=0;startSize=0;swimlaneHead=0;swimlaneBody=0;fillColor=none;collapsible=0;dropTarget=0;points=[[0,0.5],[1,0.5]];portConstraint=eastwest;strokeColor=inherit;top=0;left=0;right=0;bottom=0;" parent="64" vertex="1">
                    <mxGeometry y="180" width="340" height="30" as="geometry"/>
                </mxCell>
                <mxCell id="81" value="" style="shape=partialRectangle;overflow=hidden;connectable=0;fillColor=none;strokeColor=inherit;top=0;left=0;bottom=0;right=0;" parent="80" vertex="1">
                    <mxGeometry width="30" height="30" as="geometry">
                        <mxRectangle width="30" height="30" as="alternateBounds"/>
                    </mxGeometry>
                </mxCell>
                <mxCell id="82" value="status VARCHAR(50)" style="shape=partialRectangle;overflow=hidden;connectable=0;fillColor=none;align=left;strokeColor=inherit;top=0;left=0;bottom=0;right=0;spacingLeft=6;" parent="80" vertex="1">
                    <mxGeometry x="30" width="310" height="30" as="geometry">
                        <mxRectangle width="310" height="30" as="alternateBounds"/>
                    </mxGeometry>
                </mxCell>
                <mxCell id="83" value="" style="shape=tableRow;horizontal=0;startSize=0;swimlaneHead=0;swimlaneBody=0;fillColor=none;collapsible=0;dropTarget=0;points=[[0,0.5],[1,0.5]];portConstraint=eastwest;strokeColor=inherit;top=0;left=0;right=0;bottom=0;" parent="64" vertex="1">
                    <mxGeometry y="210" width="340" height="30" as="geometry"/>
                </mxCell>
                <mxCell id="84" value="" style="shape=partialRectangle;overflow=hidden;connectable=0;fillColor=none;strokeColor=inherit;top=0;left=0;bottom=0;right=0;" parent="83" vertex="1">
                    <mxGeometry width="30" height="30" as="geometry">
                        <mxRectangle width="30" height="30" as="alternateBounds"/>
                    </mxGeometry>
                </mxCell>
                <mxCell id="85" value="score INTEGER" style="shape=partialRectangle;overflow=hidden;connectable=0;fillColor=none;align=left;strokeColor=inherit;top=0;left=0;bottom=0;right=0;spacingLeft=6;" parent="83" vertex="1">
                    <mxGeometry x="30" width="310" height="30" as="geometry">
                        <mxRectangle width="310" height="30" as="alternateBounds"/>
                    </mxGeometry>
                </mxCell>
                <mxCell id="86" value="" style="shape=tableRow;horizontal=0;startSize=0;swimlaneHead=0;swimlaneBody=0;fillColor=none;collapsible=0;dropTarget=0;points=[[0,0.5],[1,0.5]];portConstraint=eastwest;strokeColor=inherit;top=0;left=0;right=0;bottom=0;" parent="64" vertex="1">
                    <mxGeometry y="240" width="340" height="30" as="geometry"/>
                </mxCell>
                <mxCell id="87" value="" style="shape=partialRectangle;overflow=hidden;connectable=0;fillColor=none;strokeColor=inherit;top=0;left=0;bottom=0;right=0;" parent="86" vertex="1">
                    <mxGeometry width="30" height="30" as="geometry">
                        <mxRectangle width="30" height="30" as="alternateBounds"/>
                    </mxGeometry>
                </mxCell>
                <mxCell id="88" value="playedAt DATETIME" style="shape=partialRectangle;overflow=hidden;connectable=0;fillColor=none;align=left;strokeColor=inherit;top=0;left=0;bottom=0;right=0;spacingLeft=6;" parent="86" vertex="1">
                    <mxGeometry x="30" width="310" height="30" as="geometry">
                        <mxRectangle width="310" height="30" as="alternateBounds"/>
                    </mxGeometry>
                </mxCell>
                <mxCell id="89" value="" style="shape=tableRow;horizontal=0;startSize=0;swimlaneHead=0;swimlaneBody=0;fillColor=none;collapsible=0;dropTarget=0;points=[[0,0.5],[1,0.5]];portConstraint=eastwest;strokeColor=inherit;top=0;left=0;right=0;bottom=0;" parent="64" vertex="1">
                    <mxGeometry y="270" width="340" height="30" as="geometry"/>
                </mxCell>
                <mxCell id="90" value="" style="shape=partialRectangle;overflow=hidden;connectable=0;fillColor=none;strokeColor=inherit;top=0;left=0;bottom=0;right=0;" parent="89" vertex="1">
                    <mxGeometry width="30" height="30" as="geometry">
                        <mxRectangle width="30" height="30" as="alternateBounds"/>
                    </mxGeometry>
                </mxCell>
                <mxCell id="91" value="FOREIGN KEY (userId) REFERENCES User(id)" style="shape=partialRectangle;overflow=hidden;connectable=0;fillColor=none;align=left;strokeColor=inherit;top=0;left=0;bottom=0;right=0;spacingLeft=6;" parent="89" vertex="1">
                    <mxGeometry x="30" width="310" height="30" as="geometry">
                        <mxRectangle width="310" height="30" as="alternateBounds"/>
                    </mxGeometry>
                </mxCell>
                <mxCell id="92" value="" style="shape=tableRow;horizontal=0;startSize=0;swimlaneHead=0;swimlaneBody=0;fillColor=none;collapsible=0;dropTarget=0;points=[[0,0.5],[1,0.5]];portConstraint=eastwest;strokeColor=inherit;top=0;left=0;right=0;bottom=0;" parent="64" vertex="1">
                    <mxGeometry y="300" width="340" height="30" as="geometry"/>
                </mxCell>
                <mxCell id="93" value="" style="shape=partialRectangle;overflow=hidden;connectable=0;fillColor=none;strokeColor=inherit;top=0;left=0;bottom=0;right=0;" parent="92" vertex="1">
                    <mxGeometry width="30" height="30" as="geometry">
                        <mxRectangle width="30" height="30" as="alternateBounds"/>
                    </mxGeometry>
                </mxCell>
                <mxCell id="94" value="FOREIGN KEY (wordId) REFERENCES Word(id)" style="shape=partialRectangle;overflow=hidden;connectable=0;fillColor=none;align=left;strokeColor=inherit;top=0;left=0;bottom=0;right=0;spacingLeft=6;" parent="92" vertex="1">
                    <mxGeometry x="30" width="310" height="30" as="geometry">
                        <mxRectangle width="310" height="30" as="alternateBounds"/>
                    </mxGeometry>
                </mxCell>
                <mxCell id="95" value="" style="shape=tableRow;horizontal=0;startSize=0;swimlaneHead=0;swimlaneBody=0;fillColor=none;collapsible=0;dropTarget=0;points=[[0,0.5],[1,0.5]];portConstraint=eastwest;strokeColor=inherit;top=0;left=0;right=0;bottom=0;" parent="64" vertex="1">
                    <mxGeometry y="330" width="340" height="30" as="geometry"/>
                </mxCell>
                <mxCell id="96" value="" style="shape=partialRectangle;overflow=hidden;connectable=0;fillColor=none;strokeColor=inherit;top=0;left=0;bottom=0;right=0;" parent="95" vertex="1">
                    <mxGeometry width="30" height="30" as="geometry">
                        <mxRectangle width="30" height="30" as="alternateBounds"/>
                    </mxGeometry>
                </mxCell>
                <mxCell id="97" value="FOREIGN KEY (difficultyId) REFERENCES Difficulty(id)" style="shape=partialRectangle;overflow=hidden;connectable=0;fillColor=none;align=left;strokeColor=inherit;top=0;left=0;bottom=0;right=0;spacingLeft=6;" parent="95" vertex="1">
                    <mxGeometry x="30" width="310" height="30" as="geometry">
                        <mxRectangle width="310" height="30" as="alternateBounds"/>
                    </mxGeometry>
                </mxCell>
                <mxCell id="136" style="edgeStyle=none;html=1;" parent="1" source="98" target="111" edge="1">
                    <mxGeometry relative="1" as="geometry"/>
                </mxCell>
                <mxCell id="137" value="est possédé par" style="edgeLabel;html=1;align=center;verticalAlign=middle;resizable=0;points=[];" parent="136" vertex="1" connectable="0">
                    <mxGeometry x="-0.0708" y="-3" relative="1" as="geometry">
                        <mxPoint y="1" as="offset"/>
                    </mxGeometry>
                </mxCell>
                <mxCell id="163" value="*" style="edgeLabel;html=1;align=center;verticalAlign=middle;resizable=0;points=[];" parent="136" vertex="1" connectable="0">
                    <mxGeometry x="0.6132" y="-2" relative="1" as="geometry">
                        <mxPoint as="offset"/>
                    </mxGeometry>
                </mxCell>
                <mxCell id="164" value="1" style="edgeLabel;html=1;align=center;verticalAlign=middle;resizable=0;points=[];" parent="136" vertex="1" connectable="0">
                    <mxGeometry x="-0.6772" y="1" relative="1" as="geometry">
                        <mxPoint as="offset"/>
                    </mxGeometry>
                </mxCell>
                <mxCell id="98" value="Achievement" style="shape=table;startSize=30;container=1;collapsible=1;childLayout=tableLayout;fixedRows=1;rowLines=0;fontStyle=1;align=center;resizeLast=1;" parent="1" vertex="1">
                    <mxGeometry x="-1450" y="730" width="210" height="150" as="geometry"/>
                </mxCell>
                <mxCell id="99" value="" style="shape=tableRow;horizontal=0;startSize=0;swimlaneHead=0;swimlaneBody=0;fillColor=none;collapsible=0;dropTarget=0;points=[[0,0.5],[1,0.5]];portConstraint=eastwest;strokeColor=inherit;top=0;left=0;right=0;bottom=1;" parent="98" vertex="1">
                    <mxGeometry y="30" width="210" height="30" as="geometry"/>
                </mxCell>
                <mxCell id="100" value="PK" style="shape=partialRectangle;overflow=hidden;connectable=0;fillColor=none;strokeColor=inherit;top=0;left=0;bottom=0;right=0;fontStyle=1;" parent="99" vertex="1">
                    <mxGeometry width="30" height="30" as="geometry">
                        <mxRectangle width="30" height="30" as="alternateBounds"/>
                    </mxGeometry>
                </mxCell>
                <mxCell id="101" value="id INTEGER " style="shape=partialRectangle;overflow=hidden;connectable=0;fillColor=none;align=left;strokeColor=inherit;top=0;left=0;bottom=0;right=0;spacingLeft=6;fontStyle=5;" parent="99" vertex="1">
                    <mxGeometry x="30" width="180" height="30" as="geometry">
                        <mxRectangle width="180" height="30" as="alternateBounds"/>
                    </mxGeometry>
                </mxCell>
                <mxCell id="102" value="" style="shape=tableRow;horizontal=0;startSize=0;swimlaneHead=0;swimlaneBody=0;fillColor=none;collapsible=0;dropTarget=0;points=[[0,0.5],[1,0.5]];portConstraint=eastwest;strokeColor=inherit;top=0;left=0;right=0;bottom=0;" parent="98" vertex="1">
                    <mxGeometry y="60" width="210" height="30" as="geometry"/>
                </mxCell>
                <mxCell id="103" value="" style="shape=partialRectangle;overflow=hidden;connectable=0;fillColor=none;strokeColor=inherit;top=0;left=0;bottom=0;right=0;" parent="102" vertex="1">
                    <mxGeometry width="30" height="30" as="geometry">
                        <mxRectangle width="30" height="30" as="alternateBounds"/>
                    </mxGeometry>
                </mxCell>
                <mxCell id="104" value="name VARCHAR(255)" style="shape=partialRectangle;overflow=hidden;connectable=0;fillColor=none;align=left;strokeColor=inherit;top=0;left=0;bottom=0;right=0;spacingLeft=6;" parent="102" vertex="1">
                    <mxGeometry x="30" width="180" height="30" as="geometry">
                        <mxRectangle width="180" height="30" as="alternateBounds"/>
                    </mxGeometry>
                </mxCell>
                <mxCell id="105" value="" style="shape=tableRow;horizontal=0;startSize=0;swimlaneHead=0;swimlaneBody=0;fillColor=none;collapsible=0;dropTarget=0;points=[[0,0.5],[1,0.5]];portConstraint=eastwest;strokeColor=inherit;top=0;left=0;right=0;bottom=0;" parent="98" vertex="1">
                    <mxGeometry y="90" width="210" height="30" as="geometry"/>
                </mxCell>
                <mxCell id="106" value="" style="shape=partialRectangle;overflow=hidden;connectable=0;fillColor=none;strokeColor=inherit;top=0;left=0;bottom=0;right=0;" parent="105" vertex="1">
                    <mxGeometry width="30" height="30" as="geometry">
                        <mxRectangle width="30" height="30" as="alternateBounds"/>
                    </mxGeometry>
                </mxCell>
                <mxCell id="107" value="description TEXT" style="shape=partialRectangle;overflow=hidden;connectable=0;fillColor=none;align=left;strokeColor=inherit;top=0;left=0;bottom=0;right=0;spacingLeft=6;" parent="105" vertex="1">
                    <mxGeometry x="30" width="180" height="30" as="geometry">
                        <mxRectangle width="180" height="30" as="alternateBounds"/>
                    </mxGeometry>
                </mxCell>
                <mxCell id="108" value="" style="shape=tableRow;horizontal=0;startSize=0;swimlaneHead=0;swimlaneBody=0;fillColor=none;collapsible=0;dropTarget=0;points=[[0,0.5],[1,0.5]];portConstraint=eastwest;strokeColor=inherit;top=0;left=0;right=0;bottom=0;" parent="98" vertex="1">
                    <mxGeometry y="120" width="210" height="30" as="geometry"/>
                </mxCell>
                <mxCell id="109" value="" style="shape=partialRectangle;overflow=hidden;connectable=0;fillColor=none;strokeColor=inherit;top=0;left=0;bottom=0;right=0;" parent="108" vertex="1">
                    <mxGeometry width="30" height="30" as="geometry">
                        <mxRectangle width="30" height="30" as="alternateBounds"/>
                    </mxGeometry>
                </mxCell>
                <mxCell id="110" value="icon_name VARCHAR(255)" style="shape=partialRectangle;overflow=hidden;connectable=0;fillColor=none;align=left;strokeColor=inherit;top=0;left=0;bottom=0;right=0;spacingLeft=6;" parent="108" vertex="1">
                    <mxGeometry x="30" width="180" height="30" as="geometry">
                        <mxRectangle width="180" height="30" as="alternateBounds"/>
                    </mxGeometry>
                </mxCell>
                <mxCell id="111" value="UserAchievement" style="shape=table;startSize=30;container=1;collapsible=1;childLayout=tableLayout;fixedRows=1;rowLines=0;fontStyle=1;align=center;resizeLast=1;" parent="1" vertex="1">
                    <mxGeometry x="-1540" y="424" width="400" height="150.00000000000023" as="geometry"/>
                </mxCell>
                <mxCell id="112" value="" style="shape=tableRow;horizontal=0;startSize=0;swimlaneHead=0;swimlaneBody=0;fillColor=none;collapsible=0;dropTarget=0;points=[[0,0.5],[1,0.5]];portConstraint=eastwest;strokeColor=inherit;top=0;left=0;right=0;bottom=0;" parent="111" vertex="1">
                    <mxGeometry y="30" width="400" height="30" as="geometry"/>
                </mxCell>
                <mxCell id="113" value="" style="shape=partialRectangle;overflow=hidden;connectable=0;fillColor=none;strokeColor=inherit;top=0;left=0;bottom=0;right=0;" parent="112" vertex="1">
                    <mxGeometry width="30" height="30" as="geometry">
                        <mxRectangle width="30" height="30" as="alternateBounds"/>
                    </mxGeometry>
                </mxCell>
                <mxCell id="114" value="userId INTEGER" style="shape=partialRectangle;overflow=hidden;connectable=0;fillColor=none;align=left;strokeColor=inherit;top=0;left=0;bottom=0;right=0;spacingLeft=6;" parent="112" vertex="1">
                    <mxGeometry x="30" width="370" height="30" as="geometry">
                        <mxRectangle width="370" height="30" as="alternateBounds"/>
                    </mxGeometry>
                </mxCell>
                <mxCell id="115" value="" style="shape=tableRow;horizontal=0;startSize=0;swimlaneHead=0;swimlaneBody=0;fillColor=none;collapsible=0;dropTarget=0;points=[[0,0.5],[1,0.5]];portConstraint=eastwest;strokeColor=inherit;top=0;left=0;right=0;bottom=0;" parent="111" vertex="1">
                    <mxGeometry y="60" width="400" height="30" as="geometry"/>
                </mxCell>
                <mxCell id="116" value="" style="shape=partialRectangle;overflow=hidden;connectable=0;fillColor=none;strokeColor=inherit;top=0;left=0;bottom=0;right=0;" parent="115" vertex="1">
                    <mxGeometry width="30" height="30" as="geometry">
                        <mxRectangle width="30" height="30" as="alternateBounds"/>
                    </mxGeometry>
                </mxCell>
                <mxCell id="117" value="achievementId INTEGER" style="shape=partialRectangle;overflow=hidden;connectable=0;fillColor=none;align=left;strokeColor=inherit;top=0;left=0;bottom=0;right=0;spacingLeft=6;" parent="115" vertex="1">
                    <mxGeometry x="30" width="370" height="30" as="geometry">
                        <mxRectangle width="370" height="30" as="alternateBounds"/>
                    </mxGeometry>
                </mxCell>
                <mxCell id="124" value="" style="shape=tableRow;horizontal=0;startSize=0;swimlaneHead=0;swimlaneBody=0;fillColor=none;collapsible=0;dropTarget=0;points=[[0,0.5],[1,0.5]];portConstraint=eastwest;strokeColor=inherit;top=0;left=0;right=0;bottom=0;" parent="111" vertex="1">
                    <mxGeometry y="90" width="400" height="30" as="geometry"/>
                </mxCell>
                <mxCell id="125" value="" style="shape=partialRectangle;overflow=hidden;connectable=0;fillColor=none;strokeColor=inherit;top=0;left=0;bottom=0;right=0;" parent="124" vertex="1">
                    <mxGeometry width="30" height="30" as="geometry">
                        <mxRectangle width="30" height="30" as="alternateBounds"/>
                    </mxGeometry>
                </mxCell>
                <mxCell id="126" value="FOREIGN KEY (userId) REFERENCES User(id)" style="shape=partialRectangle;overflow=hidden;connectable=0;fillColor=none;align=left;strokeColor=inherit;top=0;left=0;bottom=0;right=0;spacingLeft=6;" parent="124" vertex="1">
                    <mxGeometry x="30" width="370" height="30" as="geometry">
                        <mxRectangle width="370" height="30" as="alternateBounds"/>
                    </mxGeometry>
                </mxCell>
                <mxCell id="127" value="" style="shape=tableRow;horizontal=0;startSize=0;swimlaneHead=0;swimlaneBody=0;fillColor=none;collapsible=0;dropTarget=0;points=[[0,0.5],[1,0.5]];portConstraint=eastwest;strokeColor=inherit;top=0;left=0;right=0;bottom=0;" parent="111" vertex="1">
                    <mxGeometry y="120" width="400" height="30" as="geometry"/>
                </mxCell>
                <mxCell id="128" value="" style="shape=partialRectangle;overflow=hidden;connectable=0;fillColor=none;strokeColor=inherit;top=0;left=0;bottom=0;right=0;" parent="127" vertex="1">
                    <mxGeometry width="30" height="30" as="geometry">
                        <mxRectangle width="30" height="30" as="alternateBounds"/>
                    </mxGeometry>
                </mxCell>
                <mxCell id="129" value="FOREIGN KEY (achievementId) REFERENCES Achievement(id)" style="shape=partialRectangle;overflow=hidden;connectable=0;fillColor=none;align=left;strokeColor=inherit;top=0;left=0;bottom=0;right=0;spacingLeft=6;" parent="127" vertex="1">
                    <mxGeometry x="30" width="370" height="30" as="geometry">
                        <mxRectangle width="370" height="30" as="alternateBounds"/>
-                     </mxGeometry>
-                 </mxCell>
-                 <mxCell id="149" style="edgeStyle=none;html=1;entryX=0.608;entryY=0.007;entryDx=0;entryDy=0;entryPerimeter=0;" parent="1" source="29" target="64" edge="1">
-                     <mxGeometry relative="1" as="geometry"/>
-                 </mxCell>
-                 <mxCell id="150" value="Paramètre" style="edgeLabel;html=1;align=center;verticalAlign=middle;resizable=0;points=[];" parent="149" vertex="1" connectable="0">
-                     <mxGeometry x="-0.1829" relative="1" as="geometry">
-                         <mxPoint as="offset"/>
-                     </mxGeometry>
-                 </mxCell>
-                 <mxCell id="153" value="1" style="edgeLabel;html=1;align=center;verticalAlign=middle;resizable=0;points=[];" parent="149" vertex="1" connectable="0">
-                     <mxGeometry x="-0.7307" relative="1" as="geometry">
-                         <mxPoint y="1" as="offset"/>
-                     </mxGeometry>
-                 </mxCell>
-                 <mxCell id="154" value="*" style="edgeLabel;html=1;align=center;verticalAlign=middle;resizable=0;points=[];" parent="149" vertex="1" connectable="0">
-                     <mxGeometry x="0.8135" relative="1" as="geometry">
-                         <mxPoint as="offset"/>
                    </mxGeometry>
                </mxCell>
            </root>
        </mxGraphModel>
    </diagram>
</mxfile>